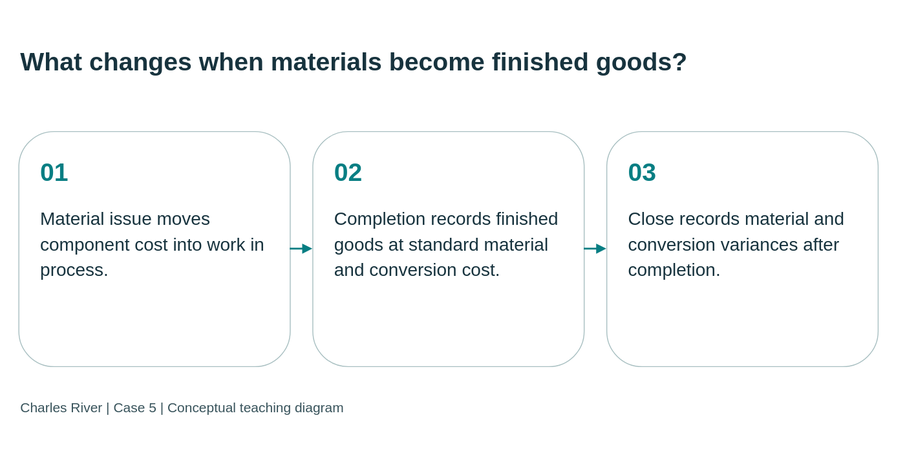
mmcodesso/CharlesRiver_Database keeps this draw.io diagram as static/diagrams/cases/case05-costs.svg. Above is the earlier version. Source tidied: cells renumbered, new cells last; positions are measured from the earlier drawing's top-left corner, leaving out a move shared by most shapes. Its diagram source:
```xml
<mxGraphModel background="#f5f5ee">
  <root>
    <mxCell id="0" />
    <mxCell id="1" parent="0" />
    <mxCell id="2" value="What changes when materials become finished goods?" style="text;html=0;strokeColor=none;fillColor=none;align=left;verticalAlign=middle;whiteSpace=wrap;fontSize=28;fontStyle=1;fontColor=#17333e;fontFamily=Arial;" parent="1" vertex="1">
      <mxGeometry width="950" height="95" as="geometry" />
    </mxCell>
    <mxCell id="3" value="&lt;div style=&quot;font-size:28px;color:#087e83;font-weight:bold;margin-bottom:20px&quot;&gt;01&lt;/div&gt;&lt;div style=&quot;font-size:20px;line-height:1.4&quot;&gt;Material issue moves component cost into work in process.&lt;/div&gt;" style="rounded=1;whiteSpace=wrap;html=1;fillColor=#ffffff;strokeColor=#a8bfc1;fontColor=#17333e;align=left;verticalAlign=top;spacing=24;fontFamily=Arial;fontSize=20;" parent="1" vertex="1">
      <mxGeometry y="125" width="300" height="260" as="geometry" />
    </mxCell>
    <mxCell id="4" value="&lt;div style=&quot;font-size:28px;color:#087e83;font-weight:bold;margin-bottom:20px&quot;&gt;02&lt;/div&gt;&lt;div style=&quot;font-size:20px;line-height:1.4&quot;&gt;Completion records finished goods at standard material and conversion cost.&lt;/div&gt;" style="rounded=1;whiteSpace=wrap;html=1;fillColor=#ffffff;strokeColor=#a8bfc1;fontColor=#17333e;align=left;verticalAlign=top;spacing=24;fontFamily=Arial;fontSize=20;" parent="1" vertex="1">
      <mxGeometry x="325" y="125" width="300" height="260" as="geometry" />
    </mxCell>
    <mxCell id="5" value="&lt;div style=&quot;font-size:28px;color:#087e83;font-weight:bold;margin-bottom:20px&quot;&gt;03&lt;/div&gt;&lt;div style=&quot;font-size:20px;line-height:1.4&quot;&gt;Close records material and conversion variances after completion.&lt;/div&gt;" style="rounded=1;whiteSpace=wrap;html=1;fillColor=#ffffff;strokeColor=#a8bfc1;fontColor=#17333e;align=left;verticalAlign=top;spacing=24;fontFamily=Arial;fontSize=20;" parent="1" vertex="1">
      <mxGeometry x="650" y="125" width="300" height="260" as="geometry" />
    </mxCell>
    <mxCell id="6" style="edgeStyle=orthogonalEdgeStyle;rounded=0;html=1;endArrow=block;endFill=1;strokeColor=#087e83;strokeWidth=2;" parent="1" edge="1" source="3" target="4">
      <mxGeometry relative="1" as="geometry" />
    </mxCell>
    <mxCell id="7" style="edgeStyle=orthogonalEdgeStyle;rounded=0;html=1;endArrow=block;endFill=1;strokeColor=#087e83;strokeWidth=2;" parent="1" edge="1" source="4" target="5">
      <mxGeometry relative="1" as="geometry" />
    </mxCell>
    <mxCell id="8" value="Charles River | Case 5 | Conceptual teaching diagram" style="text;html=0;strokeColor=none;fillColor=none;align=left;fontSize=15;fontColor=#38535b;fontFamily=Arial;" parent="1" vertex="1">
      <mxGeometry y="415" width="950" height="35" as="geometry" />
    </mxCell>
  </root>
</mxGraphModel>
```
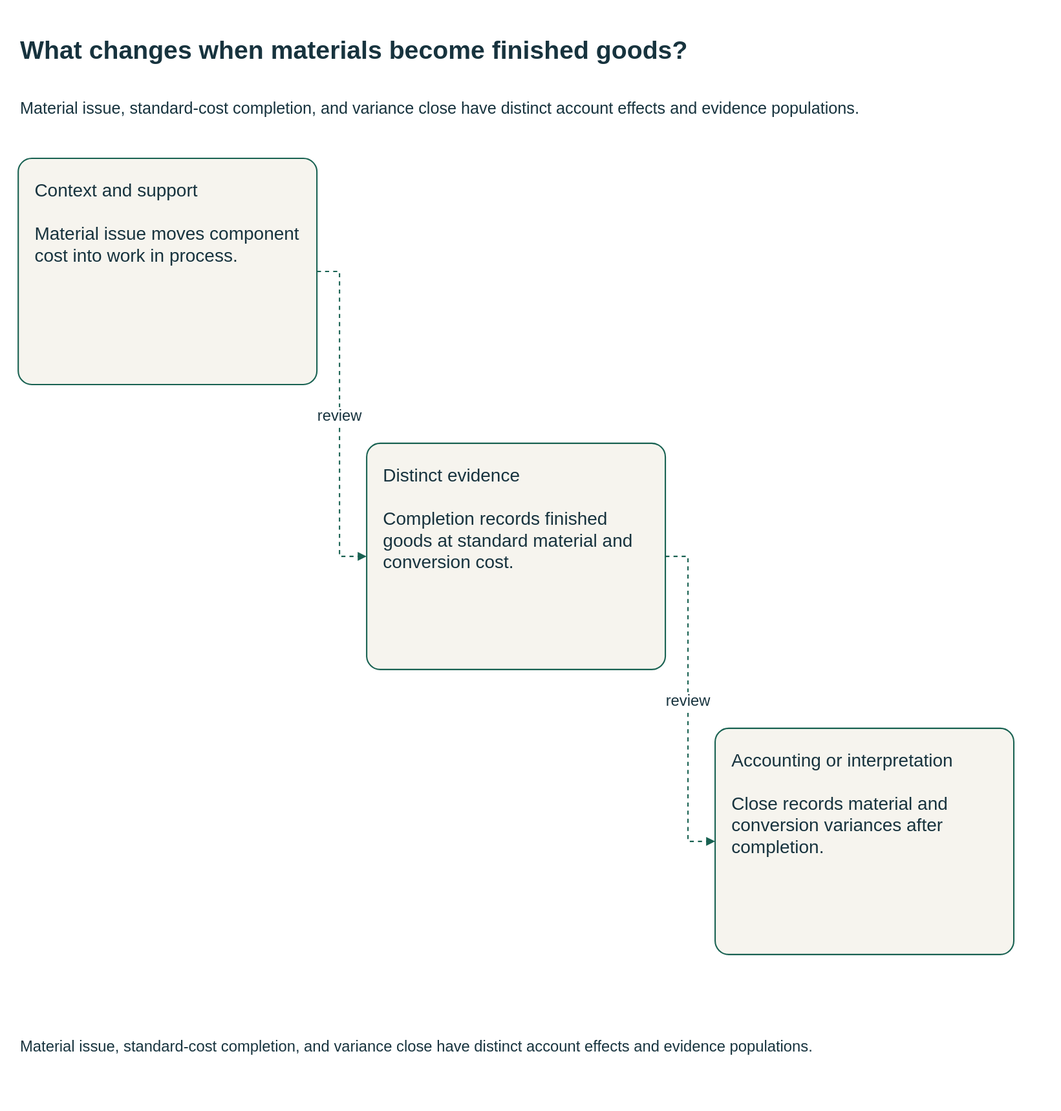
The same file after the commit.

The edit, as a diff of the source:
```diff
@@ -1,27 +1,40 @@
-<mxGraphModel background="#f5f5ee">
+<mxGraphModel background="#FFFFFF">
   <root>
     <mxCell id="0" />
     <mxCell id="1" parent="0" />
-    <mxCell id="2" value="What changes when materials become finished goods?" style="text;html=0;strokeColor=none;fillColor=none;align=left;verticalAlign=middle;whiteSpace=wrap;fontSize=28;fontStyle=1;fontColor=#17333e;fontFamily=Arial;" parent="1" vertex="1">
-      <mxGeometry width="950" height="95" as="geometry" />
+    <mxCell id="2" value="What changes when materials become finished goods?" style="html=0;fontFamily=Arial;fontSize=20;fontColor=#17333e;strokeColor=#196252;strokeWidth=1.5;whiteSpace=wrap;text;strokeColor=none;fillColor=none;align=left;verticalAlign=middle;fontSize=28;fontStyle=1;" parent="1" vertex="1">
+      <mxGeometry y="-10" width="1110" height="70" as="geometry" />
     </mxCell>
+    <mxCell id="9" value="Material issue, standard-cost completion, and variance close have distinct account effects and evidence populations." style="html=0;fontFamily=Arial;fontSize=20;fontColor=#17333e;strokeColor=#196252;strokeWidth=1.5;whiteSpace=wrap;text;strokeColor=none;fillColor=none;align=left;verticalAlign=middle;fontSize=18;fontStyle=0;" parent="1" vertex="1">
+      <mxGeometry y="62" width="1110" height="55" as="geometry" />
+    </mxCell>
-    <mxCell id="3" value="&lt;div style=&quot;font-size:28px;color:#087e83;font-weight:bold;margin-bottom:20px&quot;&gt;01&lt;/div&gt;&lt;div style=&quot;font-size:20px;line-height:1.4&quot;&gt;Material issue moves component cost into work in process.&lt;/div&gt;" style="rounded=1;whiteSpace=wrap;html=1;fillColor=#ffffff;strokeColor=#a8bfc1;fontColor=#17333e;align=left;verticalAlign=top;spacing=24;fontFamily=Arial;fontSize=20;" parent="1" vertex="1">
-      <mxGeometry y="125" width="300" height="260" as="geometry" />
+    <mxCell id="3" value="Context and support&#10;&#10;Material issue moves component cost into work in process." style="html=0;fontFamily=Arial;fontSize=20;fontColor=#17333e;strokeColor=#196252;strokeWidth=1.5;whiteSpace=wrap;rounded=1;arcSize=6;fillColor=#f6f4ee;align=left;verticalAlign=top;spacing=18;" parent="1" vertex="1">
+      <mxGeometry y="145" width="330" height="250" as="geometry" />
     </mxCell>
-    <mxCell id="4" value="&lt;div style=&quot;font-size:28px;color:#087e83;font-weight:bold;margin-bottom:20px&quot;&gt;02&lt;/div&gt;&lt;div style=&quot;font-size:20px;line-height:1.4&quot;&gt;Completion records finished goods at standard material and conversion cost.&lt;/div&gt;" style="rounded=1;whiteSpace=wrap;html=1;fillColor=#ffffff;strokeColor=#a8bfc1;fontColor=#17333e;align=left;verticalAlign=top;spacing=24;fontFamily=Arial;fontSize=20;" parent="1" vertex="1">
-      <mxGeometry x="325" y="125" width="300" height="260" as="geometry" />
+    <mxCell id="4" value="Distinct evidence&#10;&#10;Completion records finished goods at standard material and conversion cost." style="html=0;fontFamily=Arial;fontSize=20;fontColor=#17333e;strokeColor=#196252;strokeWidth=1.5;whiteSpace=wrap;rounded=1;arcSize=6;fillColor=#f6f4ee;align=left;verticalAlign=top;spacing=18;" parent="1" vertex="1">
+      <mxGeometry x="385" y="460" width="330" height="250" as="geometry" />
     </mxCell>
-    <mxCell id="5" value="&lt;div style=&quot;font-size:28px;color:#087e83;font-weight:bold;margin-bottom:20px&quot;&gt;03&lt;/div&gt;&lt;div style=&quot;font-size:20px;line-height:1.4&quot;&gt;Close records material and conversion variances after completion.&lt;/div&gt;" style="rounded=1;whiteSpace=wrap;html=1;fillColor=#ffffff;strokeColor=#a8bfc1;fontColor=#17333e;align=left;verticalAlign=top;spacing=24;fontFamily=Arial;fontSize=20;" parent="1" vertex="1">
-      <mxGeometry x="650" y="125" width="300" height="260" as="geometry" />
+    <mxCell id="5" value="Accounting or interpretation&#10;&#10;Close records material and conversion variances after completion." style="html=0;fontFamily=Arial;fontSize=20;fontColor=#17333e;strokeColor=#196252;strokeWidth=1.5;whiteSpace=wrap;rounded=1;arcSize=6;fillColor=#f6f4ee;align=left;verticalAlign=top;spacing=18;" parent="1" vertex="1">
+      <mxGeometry x="770" y="775" width="330" height="250" as="geometry" />
     </mxCell>
-    <mxCell id="6" style="edgeStyle=orthogonalEdgeStyle;rounded=0;html=1;endArrow=block;endFill=1;strokeColor=#087e83;strokeWidth=2;" parent="1" edge="1" source="3" target="4">
-      <mxGeometry relative="1" as="geometry" />
+    <mxCell id="6" value="review" style="html=0;fontFamily=Arial;fontSize=20;fontColor=#17333e;strokeColor=#196252;strokeWidth=1.5;whiteSpace=wrap;edgeStyle=orthogonalEdgeStyle;rounded=0;fillColor=none;fontSize=17;labelBackgroundColor=#FFFFFF;startArrow=none;endArrow=block;endFill=1;dashed=1;exitX=1;exitY=0.5;entryX=0;entryY=0.5;" parent="1" edge="1" source="3" target="4">
+      <mxGeometry relative="1" as="geometry">
+        <Array as="points">
+          <mxPoint x="355" y="270" />
+          <mxPoint x="355" y="585" />
+        </Array>
+      </mxGeometry>
     </mxCell>
-    <mxCell id="7" style="edgeStyle=orthogonalEdgeStyle;rounded=0;html=1;endArrow=block;endFill=1;strokeColor=#087e83;strokeWidth=2;" parent="1" edge="1" source="4" target="5">
-      <mxGeometry relative="1" as="geometry" />
+    <mxCell id="7" value="review" style="html=0;fontFamily=Arial;fontSize=20;fontColor=#17333e;strokeColor=#196252;strokeWidth=1.5;whiteSpace=wrap;edgeStyle=orthogonalEdgeStyle;rounded=0;fillColor=none;fontSize=17;labelBackgroundColor=#FFFFFF;startArrow=none;endArrow=block;endFill=1;dashed=1;exitX=1;exitY=0.5;entryX=0;entryY=0.5;" parent="1" edge="1" source="4" target="5">
+      <mxGeometry relative="1" as="geometry">
+        <Array as="points">
+          <mxPoint x="740" y="585" />
+          <mxPoint x="740" y="900" />
+        </Array>
+      </mxGeometry>
     </mxCell>
-    <mxCell id="8" value="Charles River | Case 5 | Conceptual teaching diagram" style="text;html=0;strokeColor=none;fillColor=none;align=left;fontSize=15;fontColor=#38535b;fontFamily=Arial;" parent="1" vertex="1">
-      <mxGeometry y="415" width="950" height="35" as="geometry" />
+    <mxCell id="8" value="Material issue, standard-cost completion, and variance close have distinct account effects and evidence populations." style="html=0;fontFamily=Arial;fontSize=20;fontColor=#17333e;strokeColor=#196252;strokeWidth=1.5;whiteSpace=wrap;text;strokeColor=none;fillColor=none;align=left;verticalAlign=middle;fontSize=17;fontStyle=0;" parent="1" vertex="1">
+      <mxGeometry y="1097" width="1110" height="60" as="geometry" />
     </mxCell>
   </root>
 </mxGraphModel>
```
